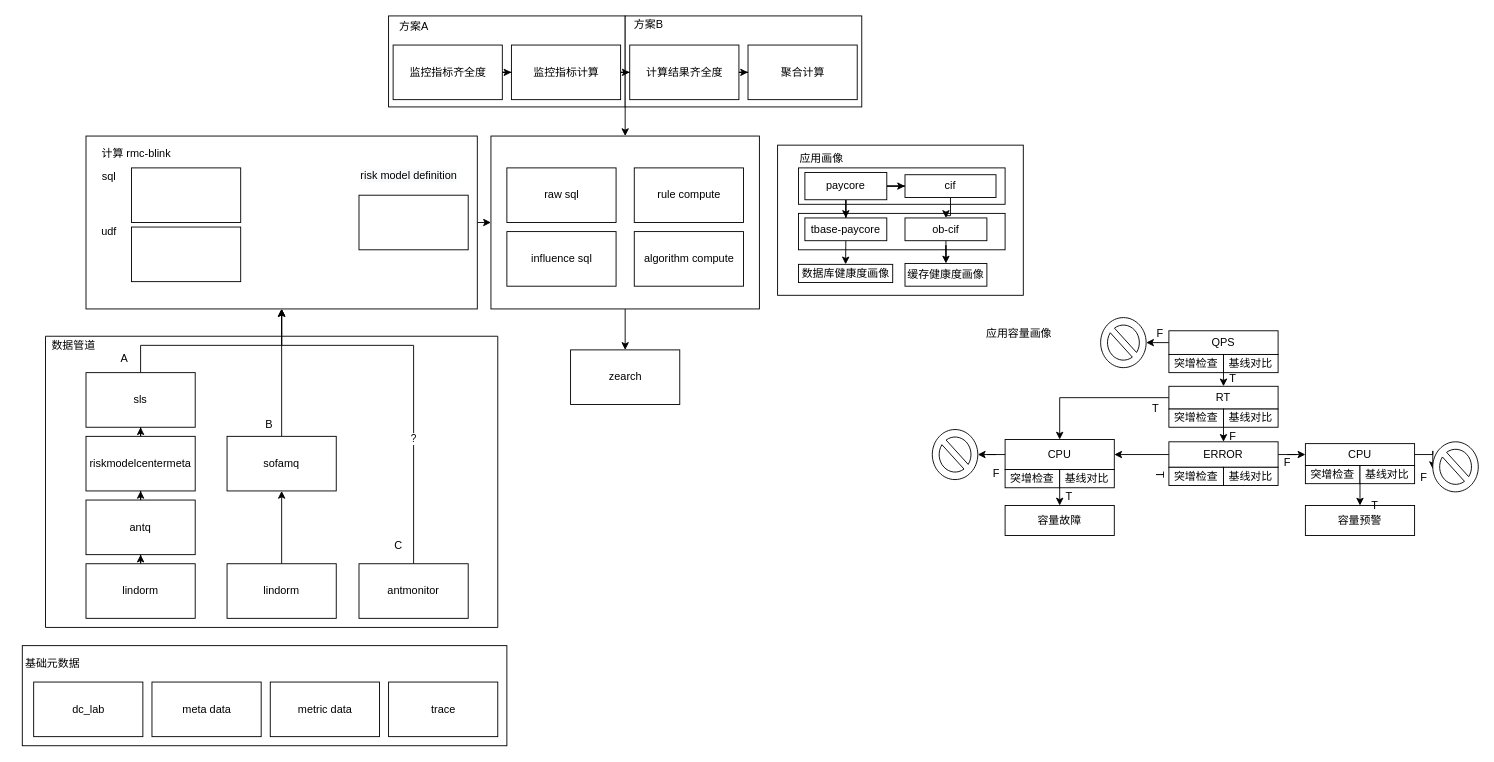
Earlier version of the draw.io diagram 应用画像计算体系.drawio (frankneu/draw.io). Source tidied: cells renumbered, new cells numbered last; positions are measured from the earlier drawing's top-left corner, leaving out a move shared by most shapes. Both pictures are drawn from the tidied source at 91%, with x=0, y=0 at pixel (15, 15).
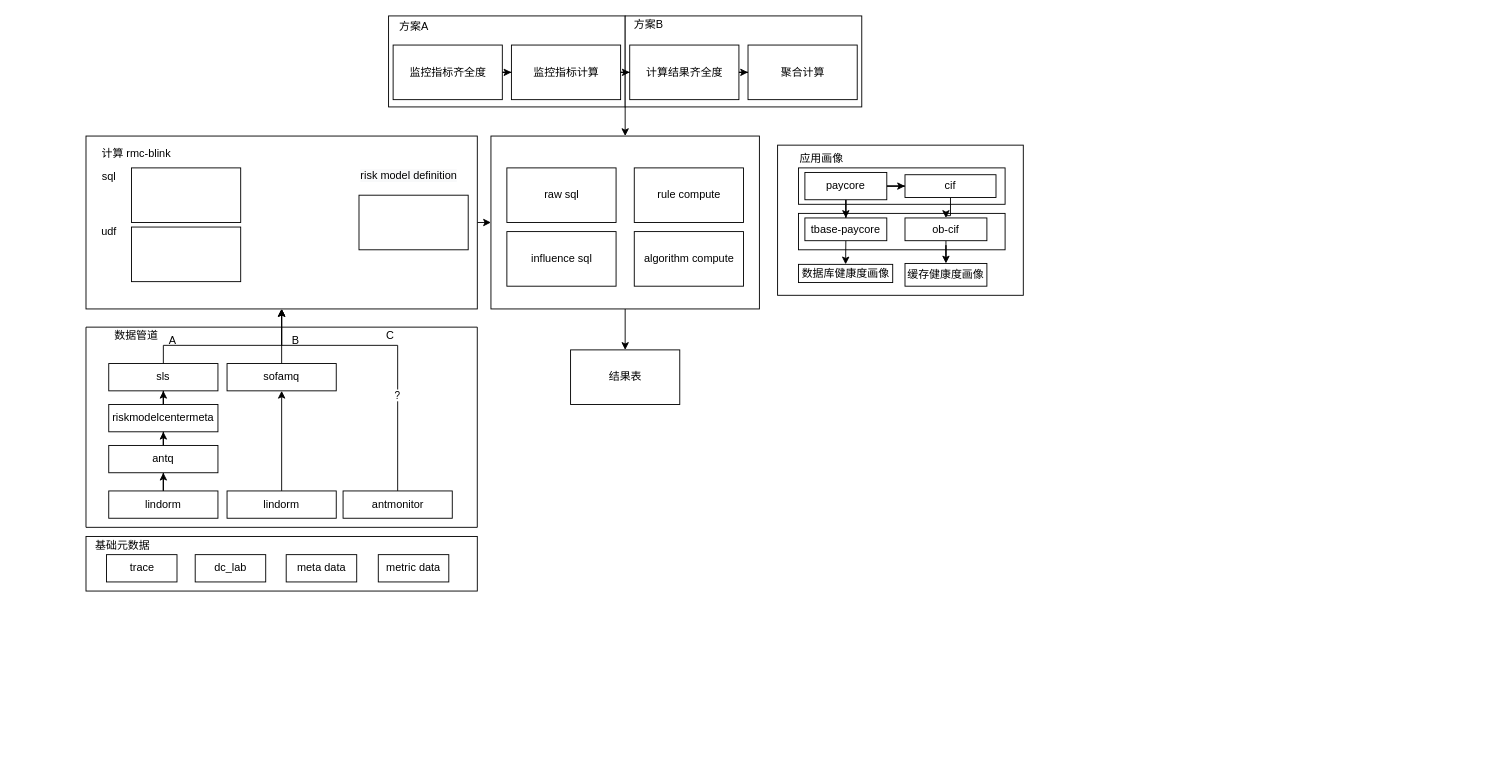
Above is the later version.

Commit message (it also covers changes not shown here):
Update 应用画像计算体系.drawio

The change refers to these unchanged cells:
```xml
<mxCell id="12" style="rounded=0;whiteSpace=wrap;html=1;" parent="1" vertex="1">
  <mxGeometry x="78" y="132" width="430" height="190" as="geometry" />
</mxCell>
```

Change to the diagram source:
```diff
@@
     <mxCell id="2" style="verticalLabelPosition=bottom;verticalAlign=top;html=1;shape=mxgraph.basic.rect;fillColor2=none;strokeWidth=1;size=20;indent=5;" parent="1" vertex="1">
-      <mxGeometry x="33.5" y="352" width="497" height="320" as="geometry" />
+      <mxGeometry x="78" y="342" width="430" height="220" as="geometry" />
     </mxCell>
@@
     <mxCell id="19" style="rounded=0;whiteSpace=wrap;html=1;" parent="1" vertex="1">
-      <mxGeometry x="8" y="692" width="532.5" height="110" as="geometry" />
+      <mxGeometry x="78" y="572" width="430" height="60" as="geometry" />
     </mxCell>
     <mxCell id="20" value="基础元数据" style="text;html=1;align=center;verticalAlign=middle;" parent="1" vertex="1">
-      <mxGeometry x="0.5" y="702" width="80" height="20" as="geometry" />
+      <mxGeometry x="78" y="572" width="80" height="20" as="geometry" />
     </mxCell>
     <mxCell id="21" value="meta data" style="rounded=0;whiteSpace=wrap;html=1;" parent="1" vertex="1">
-      <mxGeometry x="150.5" y="732" width="120" height="60" as="geometry" />
+      <mxGeometry x="298" y="592" width="77.5" height="30" as="geometry" />
     </mxCell>
     <mxCell id="22" value="metric data" style="rounded=0;whiteSpace=wrap;html=1;" parent="1" vertex="1">
-      <mxGeometry x="280.5" y="732" width="120" height="60" as="geometry" />
+      <mxGeometry x="399.2" y="592" width="77.5" height="30" as="geometry" />
     </mxCell>
     <mxCell id="23" value="trace" style="rounded=0;whiteSpace=wrap;html=1;" parent="1" vertex="1">
-      <mxGeometry x="410.5" y="732" width="120" height="60" as="geometry" />
+      <mxGeometry x="100.5" y="592" width="77.5" height="30" as="geometry" />
     </mxCell>
@@
     <mxCell id="36" value="lindorm" style="rounded=0;whiteSpace=wrap;html=1;" parent="1" vertex="1">
-      <mxGeometry x="78" y="602" width="120" height="60" as="geometry" />
+      <mxGeometry x="103" y="522" width="120" height="30" as="geometry" />
     </mxCell>
@@
     <mxCell id="38" value="antq" style="rounded=0;whiteSpace=wrap;html=1;" parent="1" vertex="1">
-      <mxGeometry x="78" y="532" width="120" height="60" as="geometry" />
+      <mxGeometry x="103" y="472" width="120" height="30" as="geometry" />
     </mxCell>
@@
     <mxCell id="40" value="riskmodelcentermeta" style="rounded=0;whiteSpace=wrap;html=1;" parent="1" vertex="1">
-      <mxGeometry x="78" y="462" width="120" height="60" as="geometry" />
+      <mxGeometry x="103" y="427" width="120" height="30" as="geometry" />
     </mxCell>
-    <mxCell id="41" style="edgeStyle=orthogonalEdgeStyle;rounded=0;jettySize=auto;html=1;" parent="1" edge="1" source="42" target="12">
+    <mxCell id="41" style="edgeStyle=orthogonalEdgeStyle;rounded=0;jettySize=auto;html=1;exitX=0.5;exitY=0;exitDx=0;exitDy=0;" parent="1" edge="1" source="42" target="12">
       <mxGeometry relative="1" as="geometry">
         <Array as="points">
-          <mxPoint x="138" y="362" />
+          <mxPoint x="163" y="362" />
           <mxPoint x="293" y="362" />
         </Array>
       </mxGeometry>
     </mxCell>
     <mxCell id="42" value="sls" style="rounded=0;whiteSpace=wrap;html=1;" parent="1" vertex="1">
-      <mxGeometry x="78" y="392" width="120" height="60" as="geometry" />
+      <mxGeometry x="103" y="382" width="120" height="30" as="geometry" />
     </mxCell>
-    <mxCell id="43" value="zearch" style="rounded=0;whiteSpace=wrap;html=1;" parent="1" vertex="1">
+    <mxCell id="43" value="结果表" style="rounded=0;whiteSpace=wrap;html=1;" parent="1" vertex="1">
       <mxGeometry x="610.5" y="367" width="120" height="60" as="geometry" />
     </mxCell>
@@
     <mxCell id="45" value="lindorm" style="rounded=0;whiteSpace=wrap;html=1;" parent="1" vertex="1">
-      <mxGeometry x="233" y="602" width="120" height="60" as="geometry" />
+      <mxGeometry x="233" y="522" width="120" height="30" as="geometry" />
     </mxCell>
@@
     <mxCell id="47" value="sofamq" style="rounded=0;whiteSpace=wrap;html=1;" parent="1" vertex="1">
-      <mxGeometry x="233" y="462" width="120" height="60" as="geometry" />
+      <mxGeometry x="233" y="382" width="120" height="30" as="geometry" />
     </mxCell>
-    <mxCell id="48" style="edgeStyle=orthogonalEdgeStyle;rounded=0;jettySize=auto;html=1;entryX=0.5;entryY=1;entryDx=0;entryDy=0;" parent="1" edge="1" source="50" target="12">
+    <mxCell id="48" style="edgeStyle=orthogonalEdgeStyle;rounded=0;jettySize=auto;html=1;entryX=0.5;entryY=1;entryDx=0;entryDy=0;exitX=0.5;exitY=0;exitDx=0;exitDy=0;" parent="1" edge="1" source="50" target="12">
       <mxGeometry relative="1" as="geometry">
         <Array as="points">
-          <mxPoint x="438" y="362" />
+          <mxPoint x="421" y="362" />
           <mxPoint x="293" y="362" />
         </Array>
       </mxGeometry>
     </mxCell>
@@
     <mxCell id="50" value="antmonitor" style="rounded=0;whiteSpace=wrap;html=1;" parent="1" vertex="1">
-      <mxGeometry x="378" y="602" width="120" height="60" as="geometry" />
+      <mxGeometry x="360.5" y="522" width="120" height="30" as="geometry" />
     </mxCell>
@@
-    <mxCell id="61" style="edgeStyle=orthogonalEdgeStyle;rounded=0;jettySize=auto;html=1;" parent="1" edge="1" source="63" target="65">
-      <mxGeometry relative="1" as="geometry" />
-    </mxCell>
-    <mxCell id="62" style="edgeStyle=orthogonalEdgeStyle;rounded=0;jettySize=auto;html=1;" parent="1" edge="1" source="63">
-      <mxGeometry relative="1" as="geometry">
-        <mxPoint x="1243" y="359" as="targetPoint" />
-      </mxGeometry>
-    </mxCell>
-    <mxCell id="63" value="QPS" style="rounded=0;whiteSpace=wrap;html=1;" parent="1" vertex="1">
-      <mxGeometry x="1268" y="346" width="120" height="26" as="geometry" />
-    </mxCell>
-    <mxCell id="64" style="edgeStyle=orthogonalEdgeStyle;rounded=0;jettySize=auto;html=1;exitX=0;exitY=0.5;exitDx=0;exitDy=0;entryX=0.5;entryY=0;entryDx=0;entryDy=0;" parent="1" edge="1" source="65" target="75">
-      <mxGeometry relative="1" as="geometry" />
-    </mxCell>
-    <mxCell id="65" value="RT" style="rounded=0;whiteSpace=wrap;html=1;" parent="1" vertex="1">
-      <mxGeometry x="1268" y="407" width="120" height="25" as="geometry" />
-    </mxCell>
-    <mxCell id="66" style="edgeStyle=orthogonalEdgeStyle;rounded=0;jettySize=auto;html=1;entryX=0;entryY=0.5;entryDx=0;entryDy=0;" parent="1" edge="1" source="68" target="71">
-      <mxGeometry relative="1" as="geometry" />
-    </mxCell>
-    <mxCell id="67" style="edgeStyle=orthogonalEdgeStyle;rounded=0;jettySize=auto;html=1;" parent="1" edge="1" source="68" target="75">
-      <mxGeometry relative="1" as="geometry" />
-    </mxCell>
-    <mxCell id="68" value="ERROR" style="rounded=0;whiteSpace=wrap;html=1;" parent="1" vertex="1">
-      <mxGeometry x="1268" y="468" width="120" height="28" as="geometry" />
-    </mxCell>
-    <mxCell id="69" style="edgeStyle=orthogonalEdgeStyle;rounded=0;jettySize=auto;html=1;" parent="1" edge="1" source="71" target="72">
-      <mxGeometry relative="1" as="geometry" />
-    </mxCell>
-    <mxCell id="70" style="edgeStyle=orthogonalEdgeStyle;rounded=0;jettySize=auto;html=1;" parent="1" edge="1" source="71">
-      <mxGeometry relative="1" as="geometry">
-        <mxPoint x="1558" y="498" as="targetPoint" />
-      </mxGeometry>
-    </mxCell>
-    <mxCell id="71" value="CPU" style="rounded=0;whiteSpace=wrap;html=1;" parent="1" vertex="1">
-      <mxGeometry x="1418" y="470" width="120" height="24" as="geometry" />
-    </mxCell>
-    <mxCell id="72" value="容量预警" style="rounded=0;whiteSpace=wrap;html=1;" parent="1" vertex="1">
-      <mxGeometry x="1418" y="538" width="120" height="33" as="geometry" />
-    </mxCell>
-    <mxCell id="73" style="edgeStyle=orthogonalEdgeStyle;rounded=0;jettySize=auto;html=1;" parent="1" edge="1" source="75" target="76">
-      <mxGeometry relative="1" as="geometry" />
-    </mxCell>
-    <mxCell id="74" style="edgeStyle=orthogonalEdgeStyle;rounded=0;jettySize=auto;html=1;" parent="1" edge="1" source="75" target="110">
-      <mxGeometry relative="1" as="geometry" />
-    </mxCell>
-    <mxCell id="75" value="CPU" style="rounded=0;whiteSpace=wrap;html=1;" parent="1" vertex="1">
-      <mxGeometry x="1088" y="465.5" width="120" height="33" as="geometry" />
-    </mxCell>
-    <mxCell id="76" value="容量故障" style="rounded=0;whiteSpace=wrap;html=1;" parent="1" vertex="1">
-      <mxGeometry x="1088" y="538" width="120" height="33" as="geometry" />
-    </mxCell>
-    <mxCell id="77" value="突增检查" style="rounded=0;whiteSpace=wrap;html=1;" parent="1" vertex="1">
-      <mxGeometry x="1268" y="496" width="60" height="20" as="geometry" />
-    </mxCell>
-    <mxCell id="78" value="基线对比" style="rounded=0;whiteSpace=wrap;html=1;" parent="1" vertex="1">
-      <mxGeometry x="1328" y="496" width="60" height="20" as="geometry" />
-    </mxCell>
-    <mxCell id="79" value="突增检查" style="rounded=0;whiteSpace=wrap;html=1;" parent="1" vertex="1">
-      <mxGeometry x="1268" y="372" width="60" height="20" as="geometry" />
-    </mxCell>
-    <mxCell id="80" value="基线对比" style="rounded=0;whiteSpace=wrap;html=1;" parent="1" vertex="1">
-      <mxGeometry x="1328" y="372" width="60" height="20" as="geometry" />
-    </mxCell>
-    <mxCell id="81" value="突增检查" style="rounded=0;whiteSpace=wrap;html=1;" parent="1" vertex="1">
-      <mxGeometry x="1268" y="432" width="60" height="20" as="geometry" />
-    </mxCell>
-    <mxCell id="82" style="edgeStyle=orthogonalEdgeStyle;rounded=0;jettySize=auto;html=1;exitX=0;exitY=1;exitDx=0;exitDy=0;entryX=0.5;entryY=0;entryDx=0;entryDy=0;" parent="1" edge="1" source="83" target="68">
-      <mxGeometry relative="1" as="geometry" />
-    </mxCell>
-    <mxCell id="83" value="基线对比" style="rounded=0;whiteSpace=wrap;html=1;" parent="1" vertex="1">
-      <mxGeometry x="1328" y="432" width="60" height="20" as="geometry" />
-    </mxCell>
-    <mxCell id="84" value="T" style="text;html=1;align=center;verticalAlign=middle;" parent="1" vertex="1">
-      <mxGeometry x="1328" y="389" width="20" height="20" as="geometry" />
-    </mxCell>
-    <mxCell id="85" value="F" style="text;html=1;align=center;verticalAlign=middle;" parent="1" vertex="1">
-      <mxGeometry x="1248" y="339" width="20" height="20" as="geometry" />
-    </mxCell>
-    <mxCell id="86" value="F" style="text;html=1;align=center;verticalAlign=middle;" parent="1" vertex="1">
-      <mxGeometry x="1328" y="452" width="20" height="20" as="geometry" />
-    </mxCell>
-    <mxCell id="87" value="F" style="text;html=1;align=center;verticalAlign=middle;" parent="1" vertex="1">
-      <mxGeometry x="1388" y="481" width="20" height="20" as="geometry" />
-    </mxCell>
-    <mxCell id="88" value="T" style="text;html=1;align=center;verticalAlign=middle;rotation=90;" parent="1" vertex="1">
-      <mxGeometry x="1248" y="494" width="20" height="20" as="geometry" />
-    </mxCell>
-    <mxCell id="89" value="突增检查" style="rounded=0;whiteSpace=wrap;html=1;" parent="1" vertex="1">
-      <mxGeometry x="1088" y="498.5" width="60" height="20" as="geometry" />
-    </mxCell>
-    <mxCell id="90" value="基线对比" style="rounded=0;whiteSpace=wrap;html=1;" parent="1" vertex="1">
-      <mxGeometry x="1148" y="498.5" width="60" height="20" as="geometry" />
-    </mxCell>
-    <mxCell id="91" value="T" style="text;html=1;align=center;verticalAlign=middle;" parent="1" vertex="1">
-      <mxGeometry x="1148" y="518" width="20" height="20" as="geometry" />
-    </mxCell>
-    <mxCell id="92" value="F" style="text;html=1;align=center;verticalAlign=middle;" parent="1" vertex="1">
-      <mxGeometry x="1068" y="493" width="20" height="20" as="geometry" />
-    </mxCell>
-    <mxCell id="93" value="F" style="text;html=1;align=center;verticalAlign=middle;" parent="1" vertex="1">
-      <mxGeometry x="1538" y="498" width="20" height="20" as="geometry" />
-    </mxCell>
-    <mxCell id="94" value="T" style="text;html=1;align=center;verticalAlign=middle;" parent="1" vertex="1">
-      <mxGeometry x="1484" y="528" width="20" height="20" as="geometry" />
-    </mxCell>
-    <mxCell id="95" value="突增检查" style="rounded=0;whiteSpace=wrap;html=1;" parent="1" vertex="1">
-      <mxGeometry x="1418" y="494" width="60" height="20" as="geometry" />
-    </mxCell>
-    <mxCell id="96" value="基线对比" style="rounded=0;whiteSpace=wrap;html=1;" parent="1" vertex="1">
-      <mxGeometry x="1478" y="494" width="60" height="20" as="geometry" />
-    </mxCell>
-    <mxCell id="97" value="T" style="text;html=1;align=center;verticalAlign=middle;" parent="1" vertex="1">
-      <mxGeometry x="1243" y="422" width="20" height="20" as="geometry" />
-    </mxCell>
-    <mxCell id="98" value="应用容量画像" style="text;html=1;align=center;verticalAlign=middle;" parent="1" vertex="1">
-      <mxGeometry x="1058" y="339" width="90" height="20" as="geometry" />
-    </mxCell>
@@
     <mxCell id="101" value="dc_lab" style="rounded=0;whiteSpace=wrap;html=1;" parent="1" vertex="1">
-      <mxGeometry x="20.5" y="732" width="120" height="60" as="geometry" />
+      <mxGeometry x="198" y="592" width="77.5" height="30" as="geometry" />
     </mxCell>
@@
     <mxCell id="104" value="A" style="text;html=1;align=center;verticalAlign=middle;" parent="1" vertex="1">
-      <mxGeometry x="110" y="367" width="20" height="20" as="geometry" />
+      <mxGeometry x="163" y="347" width="20" height="20" as="geometry" />
     </mxCell>
     <mxCell id="105" value="B" style="text;html=1;align=center;verticalAlign=middle;" parent="1" vertex="1">
-      <mxGeometry x="269" y="439" width="20" height="20" as="geometry" />
+      <mxGeometry x="298" y="347" width="20" height="20" as="geometry" />
     </mxCell>
     <mxCell id="106" value="C" style="text;html=1;align=center;verticalAlign=middle;" parent="1" vertex="1">
-      <mxGeometry x="410.5" y="572" width="20" height="20" as="geometry" />
+      <mxGeometry x="402" y="342" width="20" height="20" as="geometry" />
     </mxCell>
@@
-    <mxCell id="108" style="verticalLabelPosition=bottom;verticalAlign=top;html=1;shape=mxgraph.basic.no_symbol;" parent="1" vertex="1">
-      <mxGeometry x="1558" y="468" width="50" height="55" as="geometry" />
-    </mxCell>
-    <mxCell id="109" style="verticalLabelPosition=bottom;verticalAlign=top;html=1;shape=mxgraph.basic.no_symbol;" parent="1" vertex="1">
-      <mxGeometry x="1193" y="331.5" width="50" height="55" as="geometry" />
-    </mxCell>
-    <mxCell id="110" style="verticalLabelPosition=bottom;verticalAlign=top;html=1;shape=mxgraph.basic.no_symbol;" parent="1" vertex="1">
-      <mxGeometry x="1008" y="454.5" width="50" height="55" as="geometry" />
-    </mxCell>
     <mxCell id="111" value="数据管道" style="text;html=1;align=center;verticalAlign=middle;" parent="1" vertex="1">
-      <mxGeometry x="33.5" y="352" width="60" height="20" as="geometry" />
+      <mxGeometry x="103" y="342" width="60" height="20" as="geometry" />
     </mxCell>
```
